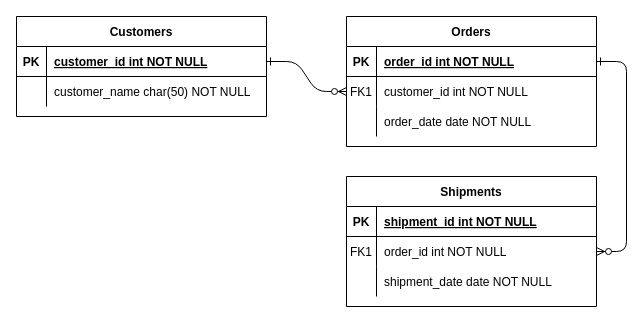
This is hw1.drawio from khiro-ptera/cs585, a draw.io file, before an edit. Source tidied: cells renumbered, new cells numbered last; positions are measured from the earlier drawing's top-left corner, leaving out a move shared by most shapes. Both pictures are drawn from the tidied source at 100%, with x=0, y=0 at pixel (16, 16).
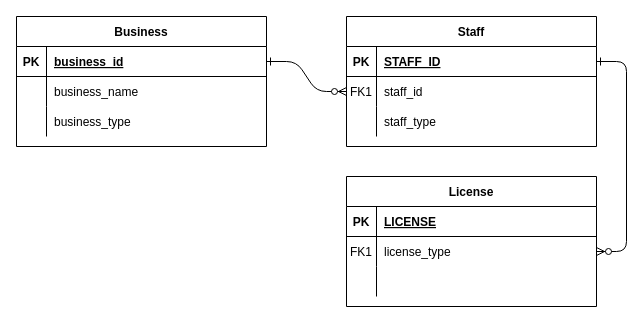
The same diagram, later.

The change refers to these unchanged cells:
```xml
<mxCell id="5" style="shape=partialRectangle;fillColor=none;points=[[0,0.5],[1,0.5]];portConstraint=eastwest;top=0;left=0;right=0;bottom=1;" parent="4" vertex="1">
  <mxGeometry y="30" width="250" height="30" as="geometry" />
</mxCell>
<mxCell id="8" style="shape=partialRectangle;fillColor=none;points=[[0,0.5],[1,0.5]];portConstraint=eastwest;top=0;left=0;right=0;bottom=0;" parent="4" vertex="1">
  <mxGeometry y="60" width="250" height="30" as="geometry" />
</mxCell>
<mxCell id="11" style="shape=partialRectangle;fillColor=none;top=0;left=0;right=0;bottom=0;" parent="4" vertex="1">
  <mxGeometry y="90" width="250" height="30" as="geometry" />
</mxCell>
<mxCell id="15" style="shape=partialRectangle;fillColor=none;top=0;left=0;right=0;bottom=1;" parent="14" vertex="1">
  <mxGeometry y="30" width="250" height="30" as="geometry" />
</mxCell>
<mxCell id="18" style="shape=partialRectangle;fillColor=none;points=[[0,0.5],[1,0.5]];portConstraint=eastwest;top=0;left=0;right=0;bottom=0;" parent="14" vertex="1">
  <mxGeometry y="60" width="250" height="30" as="geometry" />
</mxCell>
<mxCell id="21" style="shape=partialRectangle;fillColor=none;top=0;left=0;right=0;bottom=0;" parent="14" vertex="1">
  <mxGeometry y="90" width="250" height="30" as="geometry" />
</mxCell>
<mxCell id="25" style="shape=partialRectangle;fillColor=none;points=[[0,0.5],[1,0.5]];portConstraint=eastwest;top=0;left=0;right=0;bottom=1;" parent="24" vertex="1">
  <mxGeometry y="30" width="250" height="30" as="geometry" />
</mxCell>
<mxCell id="28" style="shape=partialRectangle;fillColor=none;top=0;left=0;right=0;bottom=0;" parent="24" vertex="1">
  <mxGeometry y="60" width="250" height="30" as="geometry" />
</mxCell>
```

Change to the diagram source:
```diff
@@
-    <mxCell id="4" value="Orders" style="shape=table;startSize=30;childLayout=tableLayout;rowLines=0;fontStyle=1;align=center;" parent="1" vertex="1">
+    <mxCell id="4" value="Staff" style="shape=table;startSize=30;childLayout=tableLayout;rowLines=0;fontStyle=1;align=center;" parent="1" vertex="1">
       <mxGeometry x="330" width="250" height="130" as="geometry" />
     </mxCell>
@@
-    <mxCell id="7" value="order_id int NOT NULL " style="shape=partialRectangle;overflow=hidden;fillColor=none;top=0;left=0;bottom=0;right=0;align=left;spacingLeft=6;fontStyle=5;" parent="5" vertex="1">
+    <mxCell id="7" value="STAFF_ID" style="shape=partialRectangle;overflow=hidden;fillColor=none;top=0;left=0;bottom=0;right=0;align=left;spacingLeft=6;fontStyle=5;" parent="5" vertex="1">
       <mxGeometry x="30" width="220" height="30" as="geometry" />
     </mxCell>
@@
-    <mxCell id="10" value="customer_id int NOT NULL" style="shape=partialRectangle;overflow=hidden;fillColor=none;top=0;left=0;bottom=0;right=0;align=left;spacingLeft=6;" parent="8" vertex="1">
+    <mxCell id="10" value="staff_id" style="shape=partialRectangle;overflow=hidden;fillColor=none;top=0;left=0;bottom=0;right=0;align=left;spacingLeft=6;" parent="8" vertex="1">
       <mxGeometry x="30" width="220" height="30" as="geometry" />
     </mxCell>
@@
-    <mxCell id="13" value="order_date date NOT NULL" style="shape=partialRectangle;overflow=hidden;fillColor=none;top=0;left=0;bottom=0;right=0;align=left;spacingLeft=6;" parent="11" vertex="1">
+    <mxCell id="13" value="staff_type" style="shape=partialRectangle;overflow=hidden;fillColor=none;top=0;left=0;bottom=0;right=0;align=left;spacingLeft=6;" parent="11" vertex="1">
       <mxGeometry x="30" width="220" height="30" as="geometry" />
     </mxCell>
-    <mxCell id="14" value="Shipments" style="shape=table;startSize=30;childLayout=tableLayout;rowLines=0;fontStyle=1;align=center;" parent="1" vertex="1">
+    <mxCell id="14" value="License" style="shape=table;startSize=30;childLayout=tableLayout;rowLines=0;fontStyle=1;align=center;" parent="1" vertex="1">
       <mxGeometry x="330" y="160" width="250" height="130" as="geometry" />
     </mxCell>
@@
-    <mxCell id="17" value="shipment_id int NOT NULL " style="shape=partialRectangle;overflow=hidden;fillColor=none;top=0;left=0;bottom=0;right=0;align=left;spacingLeft=6;fontStyle=5;" parent="15" vertex="1">
+    <mxCell id="17" value="LICENSE" style="shape=partialRectangle;overflow=hidden;fillColor=none;top=0;left=0;bottom=0;right=0;align=left;spacingLeft=6;fontStyle=5;" parent="15" vertex="1">
       <mxGeometry x="30" width="220" height="30" as="geometry" />
     </mxCell>
@@
-    <mxCell id="20" value="order_id int NOT NULL" style="shape=partialRectangle;overflow=hidden;fillColor=none;top=0;left=0;bottom=0;right=0;align=left;spacingLeft=6;" parent="18" vertex="1">
+    <mxCell id="20" value="license_type" style="shape=partialRectangle;overflow=hidden;fillColor=none;top=0;left=0;bottom=0;right=0;align=left;spacingLeft=6;" parent="18" vertex="1">
       <mxGeometry x="30" width="220" height="30" as="geometry" />
     </mxCell>
@@
-    <mxCell id="23" value="shipment_date date NOT NULL" style="shape=partialRectangle;overflow=hidden;fillColor=none;top=0;left=0;bottom=0;right=0;align=left;spacingLeft=6;" parent="21" vertex="1">
+    <mxCell id="23" style="shape=partialRectangle;overflow=hidden;fillColor=none;top=0;left=0;bottom=0;right=0;align=left;spacingLeft=6;" parent="21" vertex="1">
       <mxGeometry x="30" width="220" height="30" as="geometry" />
     </mxCell>
-    <mxCell id="24" value="Customers" style="shape=table;startSize=30;childLayout=tableLayout;rowLines=0;fontStyle=1;align=center;" parent="1" vertex="1">
-      <mxGeometry width="250" height="100" as="geometry" />
+    <mxCell id="24" value="Business" style="shape=table;startSize=30;childLayout=tableLayout;rowLines=0;fontStyle=1;align=center;" parent="1" vertex="1">
+      <mxGeometry width="250" height="130" as="geometry" />
     </mxCell>
@@
-    <mxCell id="27" value="customer_id int NOT NULL " style="shape=partialRectangle;overflow=hidden;fillColor=none;top=0;left=0;bottom=0;right=0;align=left;spacingLeft=6;fontStyle=5;" parent="25" vertex="1">
+    <mxCell id="27" value="business_id" style="shape=partialRectangle;overflow=hidden;fillColor=none;top=0;left=0;bottom=0;right=0;align=left;spacingLeft=6;fontStyle=5;" parent="25" vertex="1">
       <mxGeometry x="30" width="220" height="30" as="geometry" />
     </mxCell>
@@
-    <mxCell id="30" value="customer_name char(50) NOT NULL" style="shape=partialRectangle;overflow=hidden;fillColor=none;top=0;left=0;bottom=0;right=0;align=left;spacingLeft=6;" parent="28" vertex="1">
+    <mxCell id="30" value="business_name" style="shape=partialRectangle;overflow=hidden;fillColor=none;top=0;left=0;bottom=0;right=0;align=left;spacingLeft=6;" parent="28" vertex="1">
       <mxGeometry x="30" width="220" height="30" as="geometry" />
     </mxCell>
+    <mxCell id="31" style="shape=partialRectangle;fillColor=none;top=0;left=0;right=0;bottom=0;" parent="24" vertex="1">
+      <mxGeometry y="90" width="250" height="30" as="geometry" />
+    </mxCell>
+    <mxCell id="32" style="shape=partialRectangle;overflow=hidden;fillColor=none;top=0;left=0;bottom=0;right=0;" parent="31" vertex="1">
+      <mxGeometry width="30" height="30" as="geometry" />
+    </mxCell>
+    <mxCell id="33" value="business_type" style="shape=partialRectangle;overflow=hidden;fillColor=none;top=0;left=0;bottom=0;right=0;align=left;spacingLeft=6;" parent="31" vertex="1">
+      <mxGeometry x="30" width="220" height="30" as="geometry" />
+    </mxCell>
```
